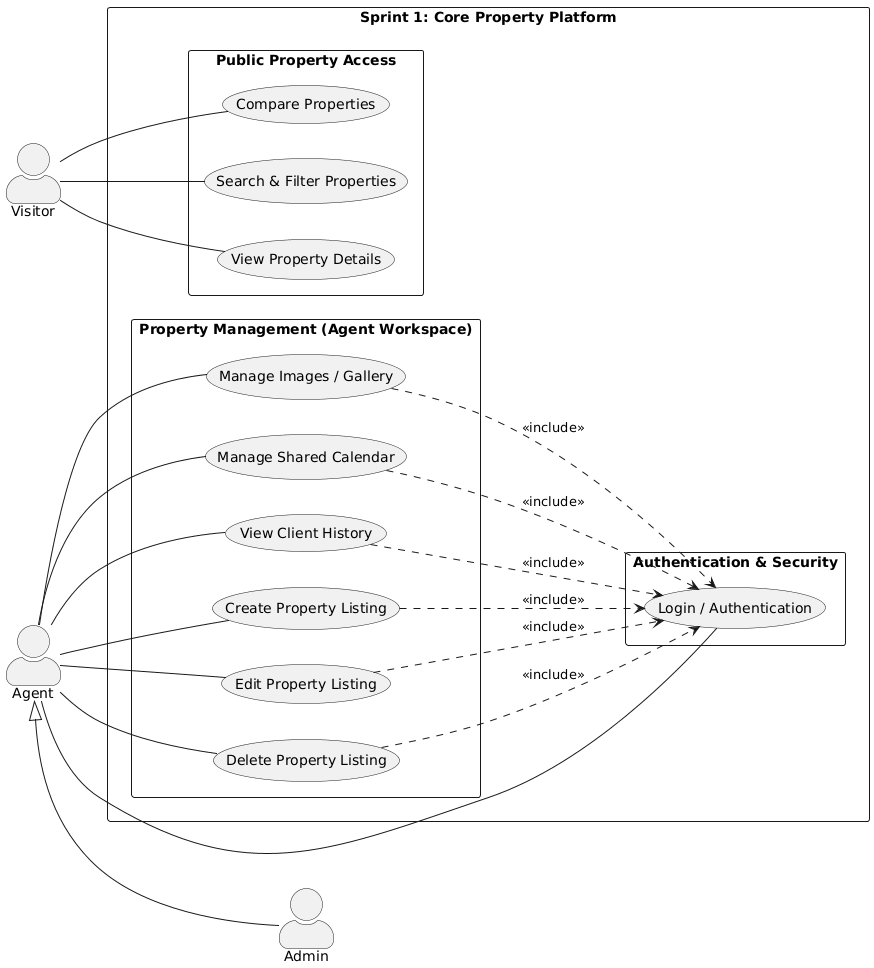
The PlantUML diagram Presentation/images/Sprint1-UseCase.png in AZIZ-Soufiane/PropertyHub-PFE, before a commit.
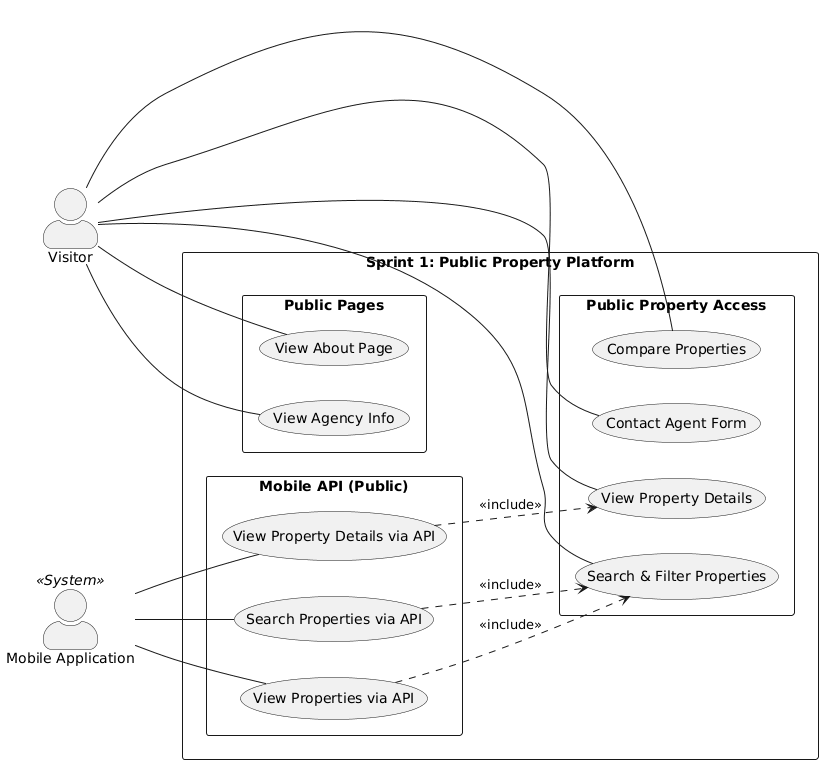
After the change.

Change to the diagram source:
```diff
@@ -5,30 +5,26 @@
 skinparam actorStyle awesome
 
 actor "Visitor" as Visitor
-actor "Agent" as Agent
-actor "Admin" as Admin
+actor "Mobile Application" as MobileApp <<System>>
 
-Agent <|-- Admin
-
-rectangle "Sprint 1: Core Property Platform" {
-
-  package "Authentication & Security" {
-      usecase "Login / Authentication" as Login
-  }
+rectangle "Sprint 1: Public Property Platform" {
 
   package "Public Property Access" {
       usecase "Search & Filter Properties" as Search
       usecase "View Property Details" as Details
       usecase "Compare Properties" as Compare
+      usecase "Contact Agent Form" as ContactAgent
   }
 
-  package "Property Management (Agent Workspace)" {
-      usecase "Create Property Listing" as CreateListing
-      usecase "Edit Property Listing" as EditListing
-      usecase "Delete Property Listing" as DeleteListing
-      usecase "Manage Images / Gallery" as Gallery
-      usecase "Manage Shared Calendar" as Calendar
-      usecase "View Client History" as ClientHistory
+  package "Public Pages" {
+      usecase "View About Page" as AboutPage
+      usecase "View Agency Info" as AgencyInfo
+  }
+
+  package "Mobile API (Public)" {
+      usecase "View Properties via API" as APIView
+      usecase "Search Properties via API" as APISearch
+      usecase "View Property Details via API" as APIDetails
   }
 
 }
@@ -36,19 +32,15 @@
 Visitor -- Search
 Visitor -- Details
 Visitor -- Compare
+Visitor -- ContactAgent
+Visitor -- AboutPage
+Visitor -- AgencyInfo
 
-Agent -- Login
-Agent -- CreateListing
-Agent -- EditListing
-Agent -- DeleteListing
-Agent -- Gallery
-Agent -- Calendar
-Agent -- ClientHistory
+MobileApp -- APIView
+MobileApp -- APISearch
+MobileApp -- APIDetails
 
-CreateListing ..> Login : <<include>>
-EditListing ..> Login : <<include>>
-DeleteListing ..> Login : <<include>>
-Gallery ..> Login : <<include>>
-Calendar ..> Login : <<include>>
-ClientHistory ..> Login : <<include>>
+APIView ..> Search : <<include>>
+APISearch ..> Search : <<include>>
+APIDetails ..> Details : <<include>>
 @enduml
```
